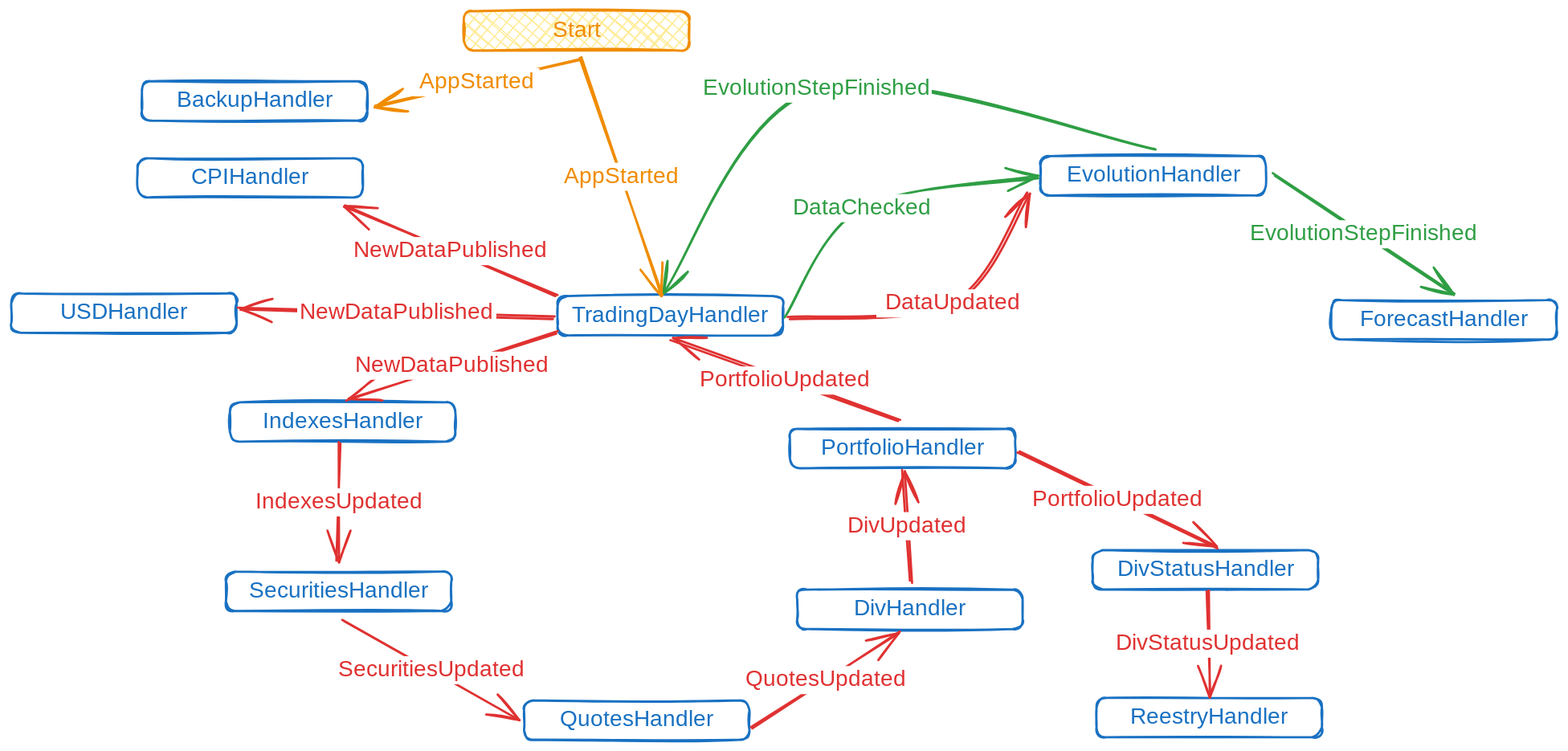
Before: docs/.excalidraw.svg, a diagram exported from Excalidraw (WLM1ke/poptimizer). Source tidied: one line per element, renumbered; positions are measured from the earlier drawing's top-left corner, leaving out a move shared by most shapes.
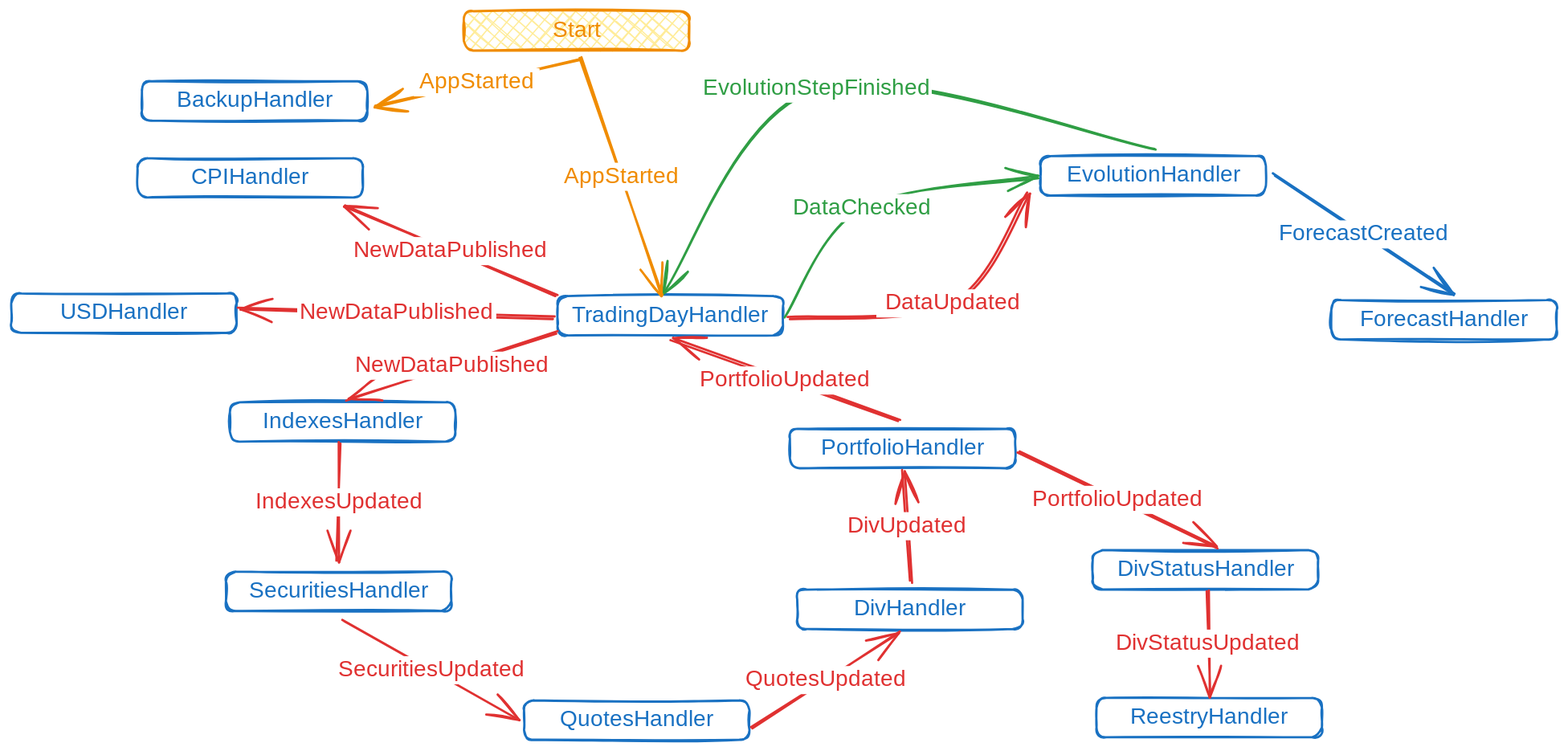
Later version of the same file.

Change to the diagram source:
```diff
@@ -56,5 +56,5 @@
 {"id": 55, "type": "text", "text": "NewDataPublished", "strokeColor": "#e03131", "strokeWidth": 2, "roughness": 1, "fontSize": 20, "fontFamily": 1, "textAlign": "center", "verticalAlign": "middle", "inside": 54, "x": 239, "y": 245, "width": 177, "height": 25}
 {"id": 56, "type": "rectangle", "strokeColor": "#1971c2", "strokeWidth": 2, "roughness": 1, "round": true, "x": 1174, "y": 257, "width": 200, "height": 35}
 {"id": 57, "type": "text", "text": "ForecastHandler", "strokeColor": "#1971c2", "strokeWidth": 2, "roughness": 1, "fontSize": 20, "fontFamily": 1, "textAlign": "center", "verticalAlign": "middle", "inside": 56, "x": 1196, "y": 262, "width": 158, "height": 25}
-{"id": 58, "type": "arrow", "strokeColor": "#2f9e44", "strokeWidth": 2, "roughness": 1, "endArrowhead": "arrow", "round": true, "from": 2, "to": 56, "x": 1123, "y": 145, "width": 161, "height": 108, "points": [[0, 0], [161, 108]]}
+{"id": 58, "type": "arrow", "strokeColor": "#1971c2", "strokeWidth": 2, "roughness": 1, "endArrowhead": "arrow", "round": true, "from": 2, "to": 56, "x": 1123, "y": 145, "width": 161, "height": 108, "points": [[0, 0], [161, 108]]}
-{"id": 59, "type": "text", "text": "EvolutionStepFinished", "strokeColor": "#2f9e44", "strokeWidth": 2, "roughness": 1, "fontSize": 20, "fontFamily": 1, "textAlign": "center", "verticalAlign": "middle", "inside": 58, "x": 1101, "y": 186, "width": 205, "height": 25}
+{"id": 59, "type": "text", "text": "ForecastCreated", "strokeColor": "#1971c2", "strokeWidth": 2, "roughness": 1, "fontSize": 20, "fontFamily": 1, "textAlign": "center", "verticalAlign": "middle", "inside": 58, "x": 1119, "y": 186, "width": 167, "height": 25}
```
